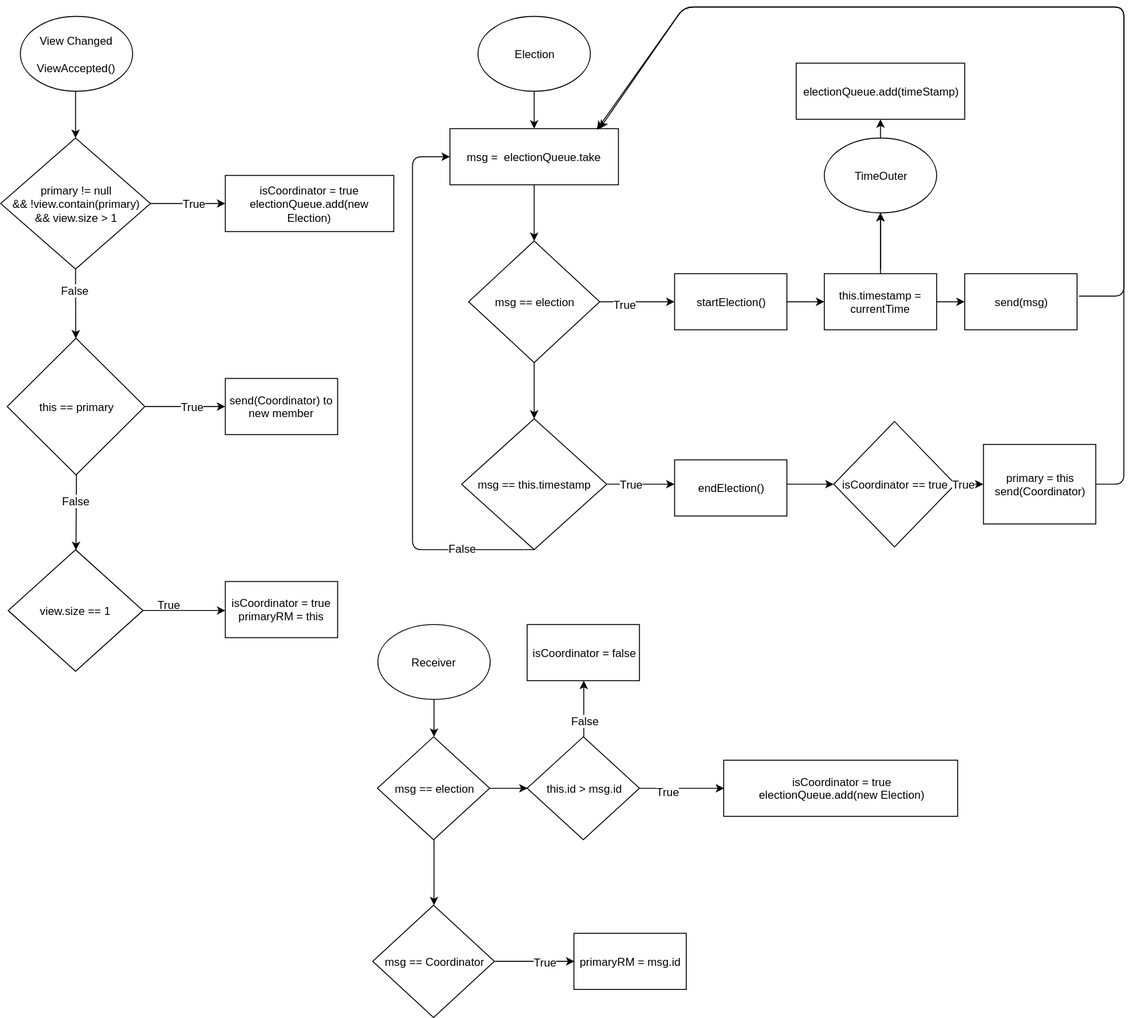
The draw.io diagram election.svg in JohanHaggmark/DistributedMessaging, before a commit. Source tidied: cells renumbered, new cells last; positions are measured from the earlier drawing's top-left corner, leaving out a move shared by most shapes. The source it was exported from:
```xml
<mxGraphModel>
  <root>
    <mxCell id="0" />
    <mxCell id="1" parent="0" />
    <mxCell id="2" value="primary != null&lt;br&gt;&amp;amp;&amp;amp; !view.contain(primary)&lt;br&gt;&amp;amp;&amp;amp; view.size &amp;gt; 1&lt;br&gt;" style="rhombus;whiteSpace=wrap;html=1;" parent="1" vertex="1">
      <mxGeometry y="140" width="160" height="140" as="geometry" />
    </mxCell>
    <mxCell id="3" style="endArrow=classic;html=1;exitX=1;exitY=0.5;exitDx=0;exitDy=0;" parent="1" edge="1" source="2">
      <mxGeometry relative="1" as="geometry">
        <mxPoint x="240" y="210" as="targetPoint" />
      </mxGeometry>
    </mxCell>
    <mxCell id="4" value="True" style="text;html=1;align=center;verticalAlign=middle;labelBackgroundColor=#ffffff;" parent="3" vertex="1">
      <mxGeometry x="0.15" y="1" relative="1" as="geometry" />
    </mxCell>
    <mxCell id="5" style="endArrow=classic;html=1;exitX=0.5;exitY=1;exitDx=0;exitDy=0;" parent="1" edge="1" source="2" target="7">
      <mxGeometry relative="1" as="geometry" />
    </mxCell>
    <mxCell id="6" value="False" style="text;html=1;align=center;verticalAlign=middle;labelBackgroundColor=#ffffff;" parent="5" vertex="1">
      <mxGeometry x="-0.41" y="-1" relative="1" as="geometry" />
    </mxCell>
    <mxCell id="7" value="this == primary" style="rhombus;whiteSpace=wrap;html=1;" parent="1" vertex="1">
      <mxGeometry x="7" y="354" width="147" height="146" as="geometry" />
    </mxCell>
    <mxCell id="8" style="endArrow=classic;html=1;exitX=1;exitY=0.5;exitDx=0;exitDy=0;" parent="1" edge="1" source="7">
      <mxGeometry relative="1" as="geometry">
        <mxPoint x="240" y="427" as="targetPoint" />
      </mxGeometry>
    </mxCell>
    <mxCell id="9" value="True" style="text;html=1;align=center;verticalAlign=middle;labelBackgroundColor=#ffffff;" parent="8" vertex="1">
      <mxGeometry x="0.17" y="1" relative="1" as="geometry" />
    </mxCell>
    <mxCell id="10" style="endArrow=classic;html=1;exitX=0.5;exitY=1;exitDx=0;exitDy=0;" parent="1" edge="1" source="7" target="12">
      <mxGeometry relative="1" as="geometry" />
    </mxCell>
    <mxCell id="11" value="False" style="text;html=1;align=center;verticalAlign=middle;labelBackgroundColor=#ffffff;" parent="10" vertex="1">
      <mxGeometry x="-0.3" y="-1" relative="1" as="geometry" />
    </mxCell>
    <mxCell id="12" value="view.size == 1" style="rhombus;whiteSpace=wrap;html=1;" parent="1" vertex="1">
      <mxGeometry x="8" y="580" width="144" height="130" as="geometry" />
    </mxCell>
    <mxCell id="13" style="endArrow=classic;html=1;exitX=1;exitY=0.5;exitDx=0;exitDy=0;" parent="1" edge="1" source="12">
      <mxGeometry relative="1" as="geometry">
        <mxPoint x="240" y="645" as="targetPoint" />
      </mxGeometry>
    </mxCell>
    <mxCell id="14" value="isCoordinator = true&lt;br&gt;electionQueue.add(new Election)&lt;br&gt;" style="rounded=0;whiteSpace=wrap;html=1;" parent="1" vertex="1">
      <mxGeometry x="240" y="180" width="180" height="60" as="geometry" />
    </mxCell>
    <mxCell id="15" value="send(Coordinator) to new member" style="rounded=0;whiteSpace=wrap;html=1;" parent="1" vertex="1">
      <mxGeometry x="240" y="397" width="120" height="60" as="geometry" />
    </mxCell>
    <mxCell id="16" value="isCoordinator = true&lt;br&gt;primaryRM = this&lt;br&gt;" style="rounded=0;whiteSpace=wrap;html=1;" parent="1" vertex="1">
      <mxGeometry x="240" y="614" width="120" height="60" as="geometry" />
    </mxCell>
    <mxCell id="17" value="Election" style="ellipse;whiteSpace=wrap;html=1;" parent="1" vertex="1">
      <mxGeometry x="510" y="10" width="120" height="80" as="geometry" />
    </mxCell>
    <mxCell id="18" style="endArrow=classic;html=1;entryX=0.5;entryY=0;entryDx=0;entryDy=0;exitX=0.5;exitY=1;exitDx=0;exitDy=0;" parent="1" edge="1" target="2">
      <mxGeometry relative="1" as="geometry">
        <mxPoint x="80" y="90" as="sourcePoint" />
      </mxGeometry>
    </mxCell>
    <mxCell id="19" value="msg == election" style="rhombus;whiteSpace=wrap;html=1;" parent="1" vertex="1">
      <mxGeometry x="500" y="250" width="140" height="130" as="geometry" />
    </mxCell>
    <mxCell id="20" value="msg =&amp;nbsp; electionQueue.take" style="rounded=0;whiteSpace=wrap;html=1;" parent="1" vertex="1">
      <mxGeometry x="480" y="130" width="180" height="60" as="geometry" />
    </mxCell>
    <mxCell id="21" value="msg == this.timestamp&lt;br&gt;" style="rhombus;whiteSpace=wrap;html=1;" parent="1" vertex="1">
      <mxGeometry x="492.5" y="440" width="155" height="140" as="geometry" />
    </mxCell>
    <mxCell id="22" style="endArrow=classic;html=1;exitX=1;exitY=0.5;exitDx=0;exitDy=0;" parent="1" edge="1" source="19">
      <mxGeometry relative="1" as="geometry">
        <mxPoint x="720" y="315" as="targetPoint" />
      </mxGeometry>
    </mxCell>
    <mxCell id="23" value="True" style="text;html=1;align=center;verticalAlign=middle;labelBackgroundColor=#ffffff;" parent="22" vertex="1">
      <mxGeometry x="-0.35" y="-2" relative="1" as="geometry" />
    </mxCell>
    <mxCell id="24" style="endArrow=classic;html=1;exitX=1;exitY=0.5;exitDx=0;exitDy=0;" parent="1" edge="1" source="21">
      <mxGeometry relative="1" as="geometry">
        <mxPoint x="720" y="510" as="targetPoint" />
      </mxGeometry>
    </mxCell>
    <mxCell id="25" value="True" style="text;html=1;align=center;verticalAlign=middle;labelBackgroundColor=#ffffff;" parent="24" vertex="1">
      <mxGeometry x="-0.31" y="1" relative="1" as="geometry" />
    </mxCell>
    <mxCell id="26" style="endArrow=classic;html=1;exitX=0.5;exitY=1;exitDx=0;exitDy=0;entryX=0.5;entryY=0;entryDx=0;entryDy=0;" parent="1" edge="1" source="19" target="21">
      <mxGeometry relative="1" as="geometry" />
    </mxCell>
    <mxCell id="27" value="startElection()" style="rounded=0;whiteSpace=wrap;html=1;" parent="1" vertex="1">
      <mxGeometry x="720" y="285" width="120" height="60" as="geometry" />
    </mxCell>
    <mxCell id="28" value="endElection()" style="rounded=0;whiteSpace=wrap;html=1;" parent="1" vertex="1">
      <mxGeometry x="720" y="484" width="120" height="60" as="geometry" />
    </mxCell>
    <mxCell id="29" style="endArrow=classic;html=1;exitX=0.5;exitY=1;exitDx=0;exitDy=0;entryX=0.5;entryY=0;entryDx=0;entryDy=0;" parent="1" edge="1" source="20" target="19">
      <mxGeometry relative="1" as="geometry" />
    </mxCell>
    <mxCell id="30" style="endArrow=classic;html=1;exitX=0.5;exitY=1;exitDx=0;exitDy=0;entryX=0;entryY=0.5;entryDx=0;entryDy=0;" parent="1" edge="1" source="21" target="20">
      <mxGeometry relative="1" as="geometry">
        <Array as="points">
          <mxPoint x="440" y="580" />
          <mxPoint x="440" y="160" />
        </Array>
      </mxGeometry>
    </mxCell>
    <mxCell id="31" value="False" style="text;html=1;align=center;verticalAlign=middle;labelBackgroundColor=#ffffff;" parent="30" vertex="1">
      <mxGeometry x="-0.74" y="-2" relative="1" as="geometry" />
    </mxCell>
    <mxCell id="32" style="edgeStyle=orthogonalEdgeStyle;rounded=0;jettySize=auto;html=1;" parent="1" edge="1" target="34">
      <mxGeometry relative="1" as="geometry">
        <mxPoint x="940" y="285" as="sourcePoint" />
      </mxGeometry>
    </mxCell>
    <mxCell id="33" style="endArrow=classic;html=1;" parent="1" edge="1" target="34">
      <mxGeometry relative="1" as="geometry">
        <mxPoint x="940" y="280" as="sourcePoint" />
      </mxGeometry>
    </mxCell>
    <mxCell id="34" value="TimeOuter" style="ellipse;whiteSpace=wrap;html=1;" parent="1" vertex="1">
      <mxGeometry x="880" y="140" width="120" height="80" as="geometry" />
    </mxCell>
    <mxCell id="35" value="&lt;span&gt;this.timestamp = currentTime&lt;/span&gt;" style="rounded=0;whiteSpace=wrap;html=1;" parent="1" vertex="1">
      <mxGeometry x="880" y="285" width="120" height="60" as="geometry" />
    </mxCell>
    <mxCell id="36" style="endArrow=classic;html=1;entryX=0;entryY=0.5;entryDx=0;entryDy=0;exitX=1;exitY=0.5;exitDx=0;exitDy=0;" parent="1" edge="1" source="27" target="35">
      <mxGeometry relative="1" as="geometry" />
    </mxCell>
    <mxCell id="37" value="electionQueue.add(timeStamp)" style="rounded=0;whiteSpace=wrap;html=1;" parent="1" vertex="1">
      <mxGeometry x="850" y="60" width="180" height="60" as="geometry" />
    </mxCell>
    <mxCell id="38" style="endArrow=classic;html=1;entryX=0.5;entryY=1;entryDx=0;entryDy=0;exitX=0.5;exitY=0;exitDx=0;exitDy=0;" parent="1" edge="1" source="34" target="37">
      <mxGeometry relative="1" as="geometry" />
    </mxCell>
    <mxCell id="39" value="send(msg)" style="rounded=0;whiteSpace=wrap;html=1;" parent="1" vertex="1">
      <mxGeometry x="1030" y="285" width="120" height="60" as="geometry" />
    </mxCell>
    <mxCell id="40" style="endArrow=classic;html=1;exitX=1;exitY=0.5;exitDx=0;exitDy=0;entryX=0;entryY=0.5;entryDx=0;entryDy=0;" parent="1" edge="1" source="35" target="39">
      <mxGeometry relative="1" as="geometry" />
    </mxCell>
    <mxCell id="41" value="isCoordinator == true" style="rhombus;whiteSpace=wrap;html=1;" parent="1" vertex="1">
      <mxGeometry x="890" y="443" width="130" height="134" as="geometry" />
    </mxCell>
    <mxCell id="42" style="endArrow=classic;html=1;entryX=0;entryY=0.5;entryDx=0;entryDy=0;" parent="1" edge="1" target="41">
      <mxGeometry relative="1" as="geometry">
        <mxPoint x="840" y="510" as="sourcePoint" />
      </mxGeometry>
    </mxCell>
    <mxCell id="43" value="primary = this&lt;br&gt;send(Coordinator)&lt;br&gt;" style="rounded=0;whiteSpace=wrap;html=1;" parent="1" vertex="1">
      <mxGeometry x="1050" y="467.5" width="120" height="85" as="geometry" />
    </mxCell>
    <mxCell id="44" style="endArrow=classic;html=1;entryX=0;entryY=0.5;entryDx=0;entryDy=0;exitX=1;exitY=0.5;exitDx=0;exitDy=0;" parent="1" edge="1" source="41" target="43">
      <mxGeometry relative="1" as="geometry" />
    </mxCell>
    <mxCell id="45" value="True" style="text;html=1;align=center;verticalAlign=middle;labelBackgroundColor=#ffffff;" parent="44" vertex="1">
      <mxGeometry x="-0.5" y="1" relative="1" as="geometry" />
    </mxCell>
    <mxCell id="46" style="endArrow=classic;html=1;exitX=0.5;exitY=1;exitDx=0;exitDy=0;entryX=0.5;entryY=0;entryDx=0;entryDy=0;" parent="1" edge="1" source="17" target="20">
      <mxGeometry relative="1" as="geometry" />
    </mxCell>
    <mxCell id="47" value="True" style="text;html=1;align=left;verticalAlign=top;spacingTop=-4;" parent="1" vertex="1">
      <mxGeometry x="166" y="630" width="40" height="20" as="geometry" />
    </mxCell>
    <mxCell id="48" value="Receiver" style="ellipse;whiteSpace=wrap;html=1;" parent="1" vertex="1">
      <mxGeometry x="402.5" y="660" width="120" height="80" as="geometry" />
    </mxCell>
    <mxCell id="49" value="msg == election" style="rhombus;whiteSpace=wrap;html=1;" parent="1" vertex="1">
      <mxGeometry x="402.5" y="780" width="120" height="110" as="geometry" />
    </mxCell>
    <mxCell id="50" value="msg == Coordinator" style="rhombus;whiteSpace=wrap;html=1;" parent="1" vertex="1">
      <mxGeometry x="397.5" y="960" width="130" height="120" as="geometry" />
    </mxCell>
    <mxCell id="51" style="endArrow=classic;html=1;entryX=0.5;entryY=0;entryDx=0;entryDy=0;exitX=0.5;exitY=1;exitDx=0;exitDy=0;" parent="1" edge="1" source="48" target="49">
      <mxGeometry relative="1" as="geometry" />
    </mxCell>
    <mxCell id="52" style="endArrow=classic;html=1;entryX=0.5;entryY=0;entryDx=0;entryDy=0;exitX=0.5;exitY=1;exitDx=0;exitDy=0;" parent="1" edge="1" source="49" target="50">
      <mxGeometry relative="1" as="geometry" />
    </mxCell>
    <mxCell id="53" value="this.id &amp;gt; msg.id" style="rhombus;whiteSpace=wrap;html=1;" parent="1" vertex="1">
      <mxGeometry x="562.5" y="780" width="120" height="110" as="geometry" />
    </mxCell>
    <mxCell id="54" value="isCoordinator = true&lt;br&gt;electionQueue.add(new Election)&lt;br&gt;" style="rounded=0;whiteSpace=wrap;html=1;" parent="1" vertex="1">
      <mxGeometry x="772.5" y="805" width="250" height="60" as="geometry" />
    </mxCell>
    <mxCell id="55" value="isCoordinator = false" style="rounded=0;whiteSpace=wrap;html=1;" parent="1" vertex="1">
      <mxGeometry x="562.5" y="660" width="120" height="60" as="geometry" />
    </mxCell>
    <mxCell id="56" value="primaryRM = msg.id" style="rounded=0;whiteSpace=wrap;html=1;" parent="1" vertex="1">
      <mxGeometry x="612.5" y="990" width="120" height="60" as="geometry" />
    </mxCell>
    <mxCell id="57" style="endArrow=classic;html=1;entryX=0;entryY=0.5;entryDx=0;entryDy=0;exitX=1;exitY=0.5;exitDx=0;exitDy=0;" parent="1" edge="1" source="49" target="53">
      <mxGeometry relative="1" as="geometry" />
    </mxCell>
    <mxCell id="58" style="endArrow=classic;html=1;entryX=0;entryY=0.5;entryDx=0;entryDy=0;exitX=1;exitY=0.5;exitDx=0;exitDy=0;" parent="1" edge="1" source="53" target="54">
      <mxGeometry relative="1" as="geometry" />
    </mxCell>
    <mxCell id="59" value="True" style="text;html=1;align=center;verticalAlign=middle;labelBackgroundColor=#ffffff;" parent="58" vertex="1">
      <mxGeometry x="-0.36" y="-3" relative="1" as="geometry" />
    </mxCell>
    <mxCell id="60" style="endArrow=classic;html=1;entryX=0.5;entryY=1;entryDx=0;entryDy=0;exitX=0.5;exitY=0;exitDx=0;exitDy=0;" parent="1" edge="1" source="53" target="55">
      <mxGeometry relative="1" as="geometry" />
    </mxCell>
    <mxCell id="61" value="False" style="text;html=1;align=center;verticalAlign=middle;labelBackgroundColor=#ffffff;" parent="60" vertex="1">
      <mxGeometry x="-0.4" y="-1" relative="1" as="geometry" />
    </mxCell>
    <mxCell id="62" style="endArrow=classic;html=1;entryX=0;entryY=0.5;entryDx=0;entryDy=0;exitX=1;exitY=0.5;exitDx=0;exitDy=0;" parent="1" edge="1" source="50" target="56">
      <mxGeometry relative="1" as="geometry" />
    </mxCell>
    <mxCell id="63" value="True" style="text;html=1;align=center;verticalAlign=middle;labelBackgroundColor=#ffffff;" parent="62" vertex="1">
      <mxGeometry x="0.25" relative="1" as="geometry" />
    </mxCell>
    <mxCell id="64" style="endArrow=classic;html=1;entryX=0.872;entryY=0.017;entryDx=0;entryDy=0;entryPerimeter=0;exitX=1.017;exitY=0.4;exitDx=0;exitDy=0;exitPerimeter=0;" parent="1" edge="1" source="39" target="20">
      <mxGeometry relative="1" as="geometry">
        <Array as="points">
          <mxPoint x="1200" y="309" />
          <mxPoint x="1200" />
          <mxPoint x="730" />
        </Array>
      </mxGeometry>
    </mxCell>
    <mxCell id="65" style="endArrow=classic;html=1;entryX=0.889;entryY=0;entryDx=0;entryDy=0;entryPerimeter=0;exitX=1;exitY=0.5;exitDx=0;exitDy=0;" parent="1" edge="1" source="43" target="20">
      <mxGeometry relative="1" as="geometry">
        <Array as="points">
          <mxPoint x="1200" y="510" />
          <mxPoint x="1200" />
          <mxPoint x="730" />
        </Array>
      </mxGeometry>
    </mxCell>
    <mxCell id="66" value="&lt;span&gt;View Changed&lt;br&gt;&lt;/span&gt;&lt;br&gt;ViewAccepted()&lt;span&gt;&lt;br&gt;&lt;/span&gt;" style="ellipse;whiteSpace=wrap;html=1;" parent="1" vertex="1">
      <mxGeometry x="20.5" y="10" width="120" height="80" as="geometry" />
    </mxCell>
  </root>
</mxGraphModel>
```
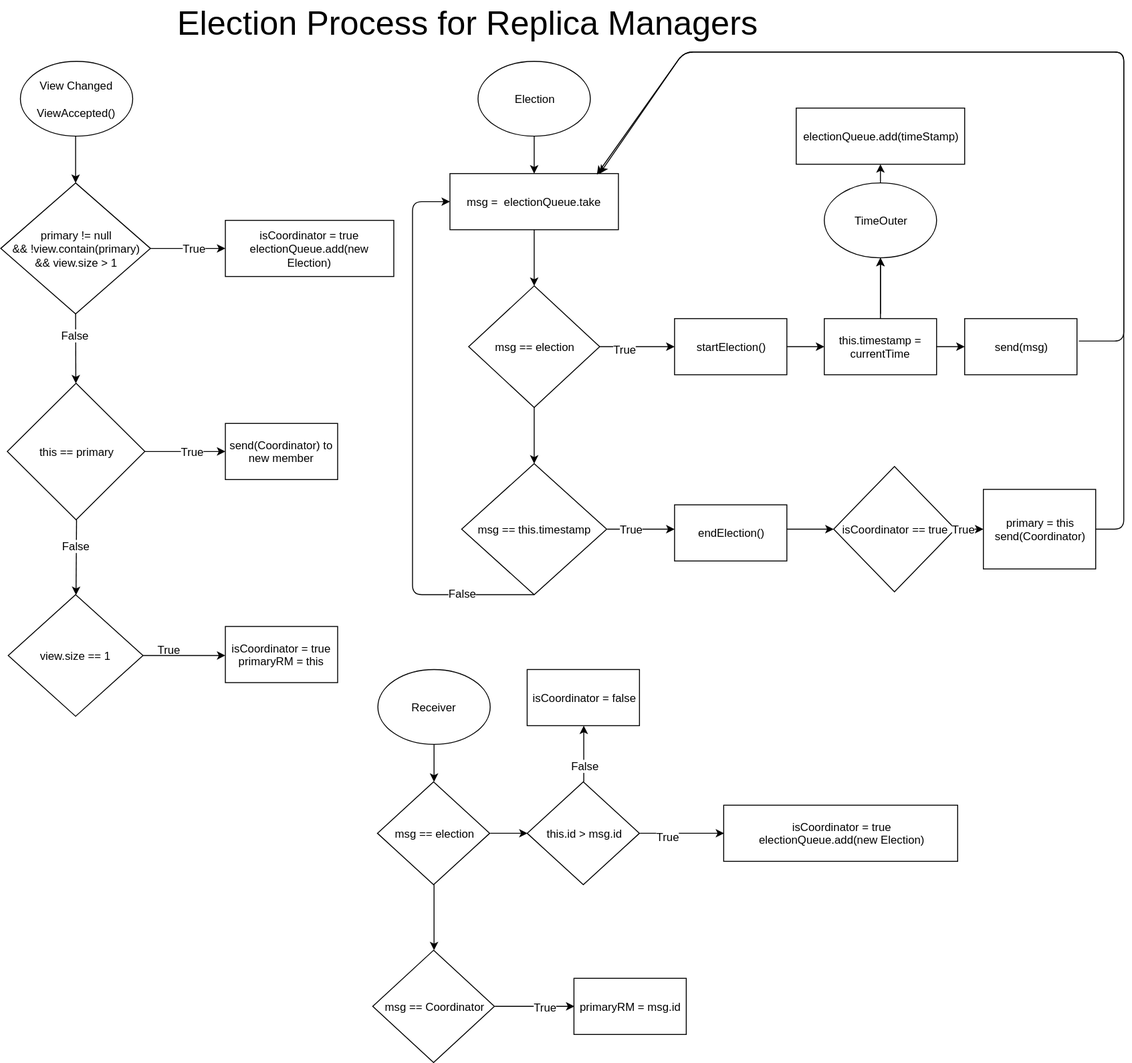
After the change.

The edit, as a diff of the source:
```diff
@@ -232,5 +232,8 @@
     <mxCell id="66" value="&lt;span&gt;View Changed&lt;br&gt;&lt;/span&gt;&lt;br&gt;ViewAccepted()&lt;span&gt;&lt;br&gt;&lt;/span&gt;" style="ellipse;whiteSpace=wrap;html=1;" parent="1" vertex="1">
       <mxGeometry x="20.5" y="10" width="120" height="80" as="geometry" />
     </mxCell>
+    <mxCell id="67" value="&lt;font style=&quot;font-size: 36px&quot;&gt;Election Process for Replica Managers&lt;/font&gt;" style="text;html=1;align=left;verticalAlign=top;spacingTop=-4;" parent="1" vertex="1">
+      <mxGeometry x="187" y="-55" width="640" height="20" as="geometry" />
+    </mxCell>
   </root>
 </mxGraphModel>
```
